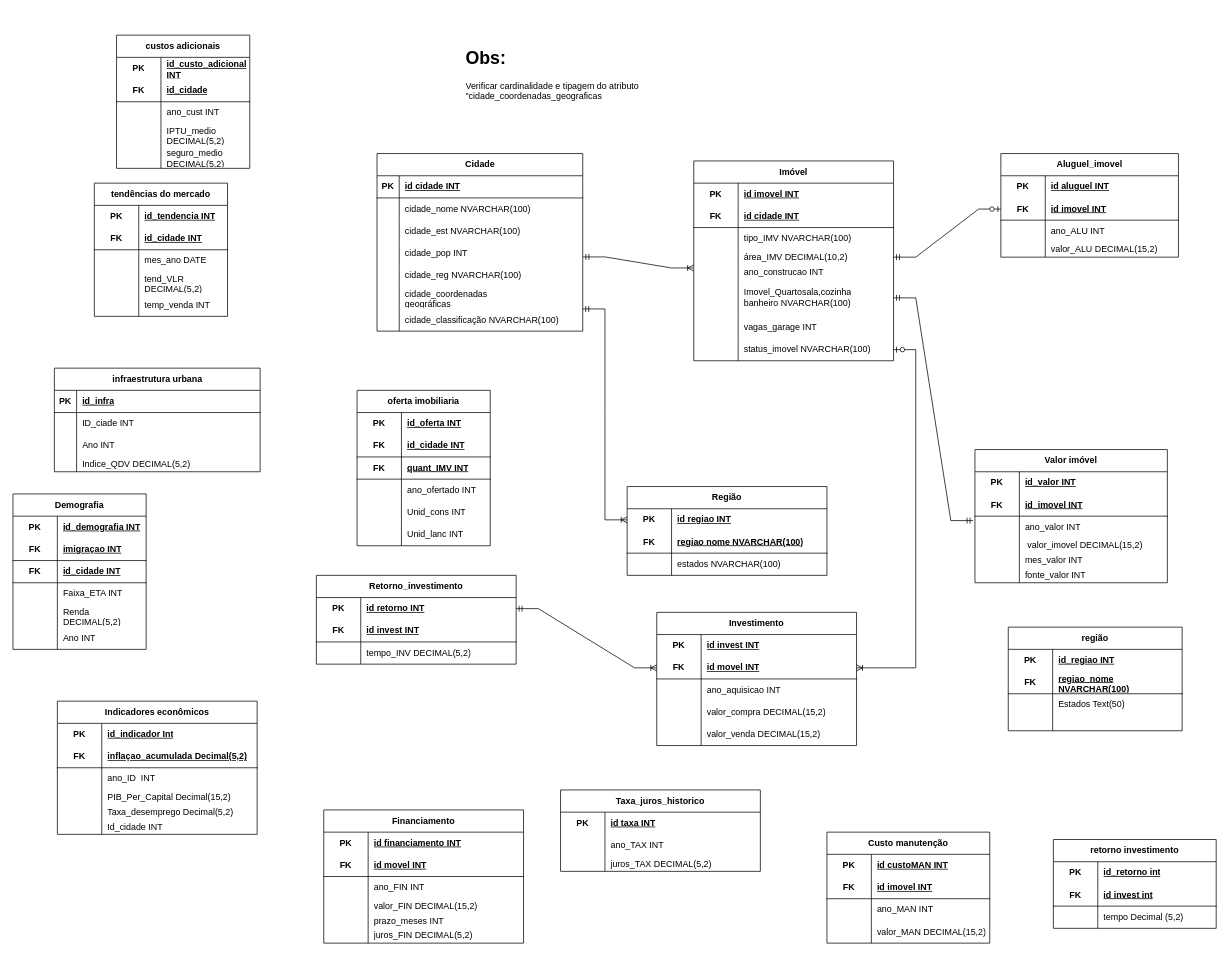
Above: GroupBy.drawio in Guilherme22B/Group_by (draw.io), before the change. Source tidied: cells renumbered, new cells numbered last; positions are measured from the earlier drawing's top-left corner, leaving out a move shared by most shapes. Both pictures are drawn from the tidied source at 74%, with x=0, y=0 at pixel (13, 35).
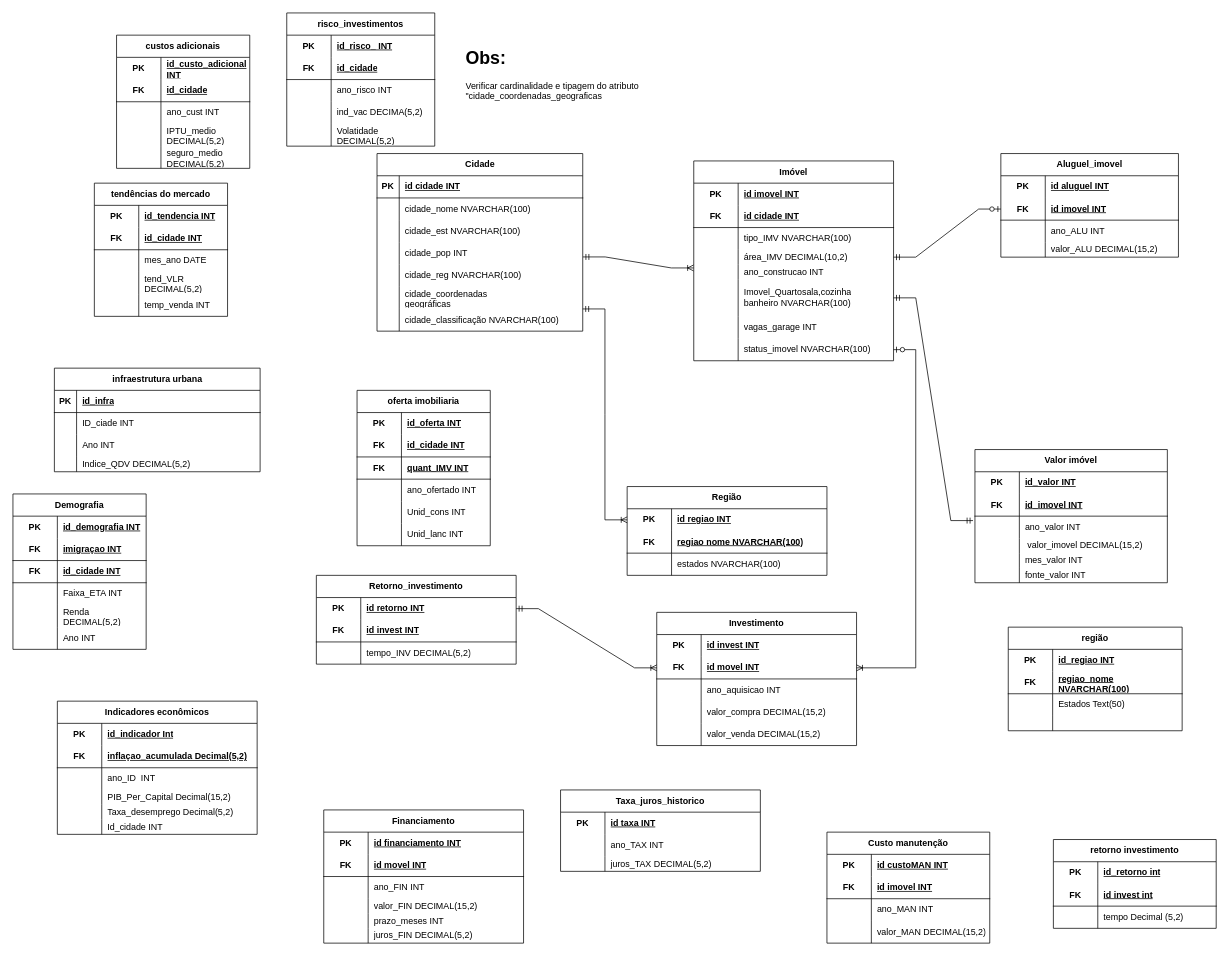
Above is the later version.

The edit, as a diff of the source:
```diff
@@
+    <mxCell id="293" value="risco_investimentos" style="shape=table;startSize=30;childLayout=tableLayout;rowLines=0;fontStyle=1;align=center;html=1;whiteSpace=wrap;" parent="1" vertex="1">
+      <mxGeometry x="370" y="-30" width="200" height="180" as="geometry" />
+    </mxCell>
+    <mxCell id="294" style="shape=tableRow;horizontal=0;startSize=0;swimlaneHead=0;swimlaneBody=0;fillColor=none;top=0;left=0;right=0;bottom=0;html=1;" parent="293" vertex="1">
+      <mxGeometry y="30" width="200" height="30" as="geometry" />
+    </mxCell>
+    <mxCell id="295" value="PK" style="shape=partialRectangle;fillColor=none;top=0;left=0;bottom=0;right=0;fontStyle=1;overflow=hidden;html=1;whiteSpace=wrap;" parent="294" vertex="1">
+      <mxGeometry width="60" height="30" as="geometry" />
+    </mxCell>
+    <mxCell id="296" value="id_risco_ INT" style="shape=partialRectangle;fillColor=none;top=0;left=0;bottom=0;right=0;align=left;spacingLeft=6;fontStyle=5;overflow=hidden;html=1;whiteSpace=wrap;" parent="294" vertex="1">
+      <mxGeometry x="60" width="140" height="30" as="geometry" />
+    </mxCell>
+    <mxCell id="297" style="shape=tableRow;horizontal=0;startSize=0;swimlaneHead=0;swimlaneBody=0;fillColor=none;top=0;left=0;right=0;bottom=1;html=1;" parent="293" vertex="1">
+      <mxGeometry y="60" width="200" height="30" as="geometry" />
+    </mxCell>
+    <mxCell id="298" value="FK" style="shape=partialRectangle;fillColor=none;top=0;left=0;bottom=0;right=0;fontStyle=1;overflow=hidden;html=1;whiteSpace=wrap;" parent="297" vertex="1">
+      <mxGeometry width="60" height="30" as="geometry" />
+    </mxCell>
+    <mxCell id="299" value="id_cidade" style="shape=partialRectangle;fillColor=none;top=0;left=0;bottom=0;right=0;align=left;spacingLeft=6;fontStyle=5;overflow=hidden;html=1;whiteSpace=wrap;" parent="297" vertex="1">
+      <mxGeometry x="60" width="140" height="30" as="geometry" />
+    </mxCell>
+    <mxCell id="300" style="shape=tableRow;horizontal=0;startSize=0;swimlaneHead=0;swimlaneBody=0;fillColor=none;top=0;left=0;right=0;bottom=0;html=1;" parent="293" vertex="1">
+      <mxGeometry y="90" width="200" height="30" as="geometry" />
+    </mxCell>
+    <mxCell id="301" style="shape=partialRectangle;fillColor=none;top=0;left=0;bottom=0;right=0;overflow=hidden;html=1;whiteSpace=wrap;" parent="300" vertex="1">
+      <mxGeometry width="60" height="30" as="geometry" />
+    </mxCell>
+    <mxCell id="302" value="ano_risco INT" style="shape=partialRectangle;fillColor=none;top=0;left=0;bottom=0;right=0;align=left;spacingLeft=6;overflow=hidden;html=1;whiteSpace=wrap;" parent="300" vertex="1">
+      <mxGeometry x="60" width="140" height="30" as="geometry" />
+    </mxCell>
+    <mxCell id="303" style="shape=tableRow;horizontal=0;startSize=0;swimlaneHead=0;swimlaneBody=0;fillColor=none;top=0;left=0;right=0;bottom=0;html=1;" parent="293" vertex="1">
+      <mxGeometry y="120" width="200" height="30" as="geometry" />
+    </mxCell>
+    <mxCell id="304" style="shape=partialRectangle;fillColor=none;top=0;left=0;bottom=0;right=0;overflow=hidden;html=1;whiteSpace=wrap;" parent="303" vertex="1">
+      <mxGeometry width="60" height="30" as="geometry" />
+    </mxCell>
+    <mxCell id="305" value="ind_vac DECIMA(5,2)" style="shape=partialRectangle;fillColor=none;top=0;left=0;bottom=0;right=0;align=left;spacingLeft=6;overflow=hidden;html=1;whiteSpace=wrap;" parent="303" vertex="1">
+      <mxGeometry x="60" width="140" height="30" as="geometry" />
+    </mxCell>
+    <mxCell id="306" style="shape=tableRow;horizontal=0;startSize=0;swimlaneHead=0;swimlaneBody=0;fillColor=none;top=0;left=0;right=0;bottom=0;html=1;" parent="293" vertex="1">
+      <mxGeometry y="150" width="200" height="30" as="geometry" />
+    </mxCell>
+    <mxCell id="307" style="shape=partialRectangle;fillColor=none;top=0;left=0;bottom=0;right=0;overflow=hidden;html=1;whiteSpace=wrap;" parent="306" vertex="1">
+      <mxGeometry width="60" height="30" as="geometry" />
+    </mxCell>
+    <mxCell id="308" value="Volatidade DECIMAL(5,2)" style="shape=partialRectangle;fillColor=none;top=0;left=0;bottom=0;right=0;align=left;spacingLeft=6;overflow=hidden;html=1;whiteSpace=wrap;" parent="306" vertex="1">
+      <mxGeometry x="60" width="140" height="30" as="geometry" />
+    </mxCell>
```
